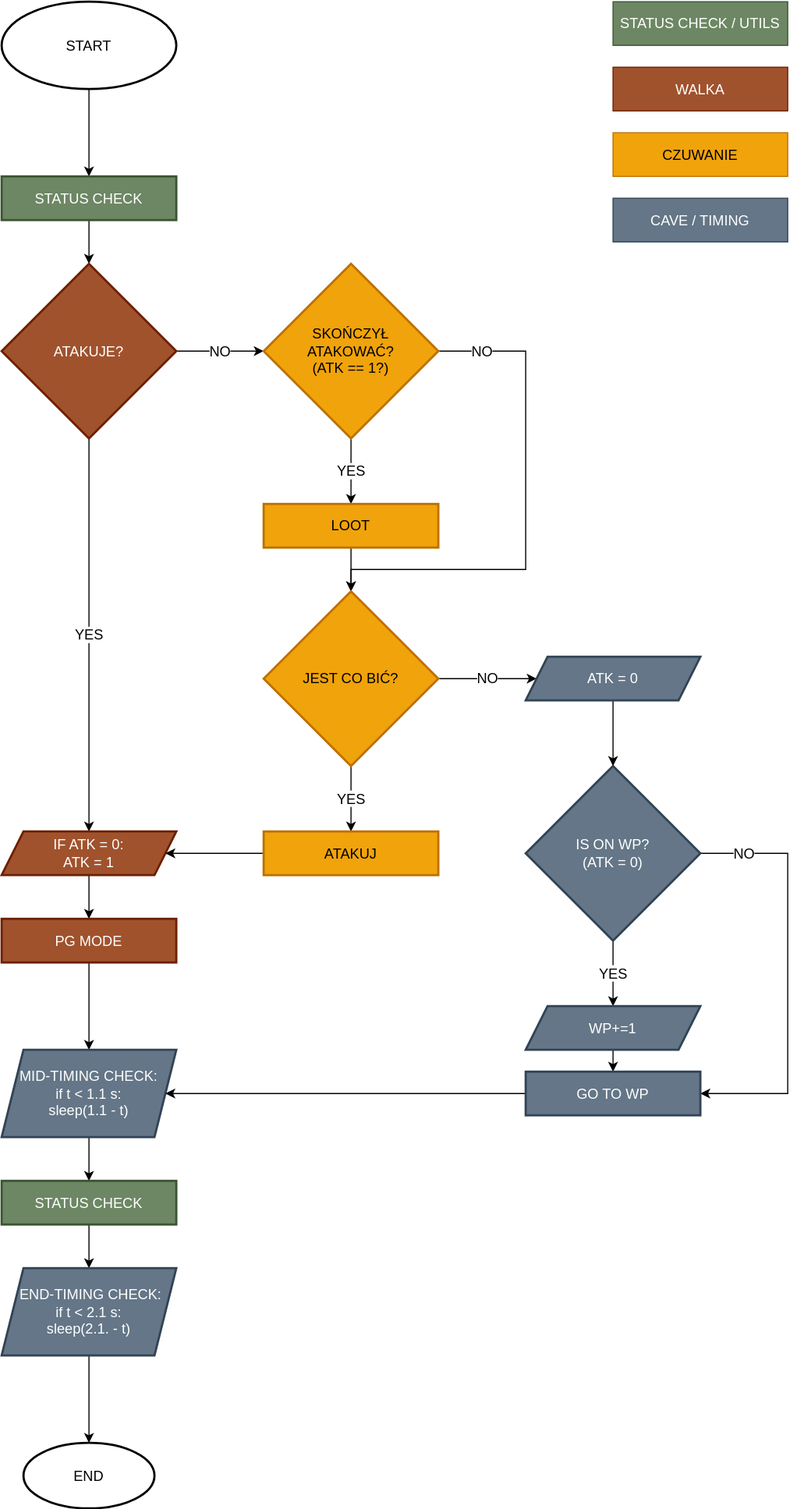
Before: src/img/flowchart_logika_andrzeja_pg.svg, a diagram exported from draw.io (lbaisinger/Andrzej-d2r). Source tidied: cells renumbered, new cells last; positions are measured from the earlier drawing's top-left corner, leaving out a move shared by most shapes.
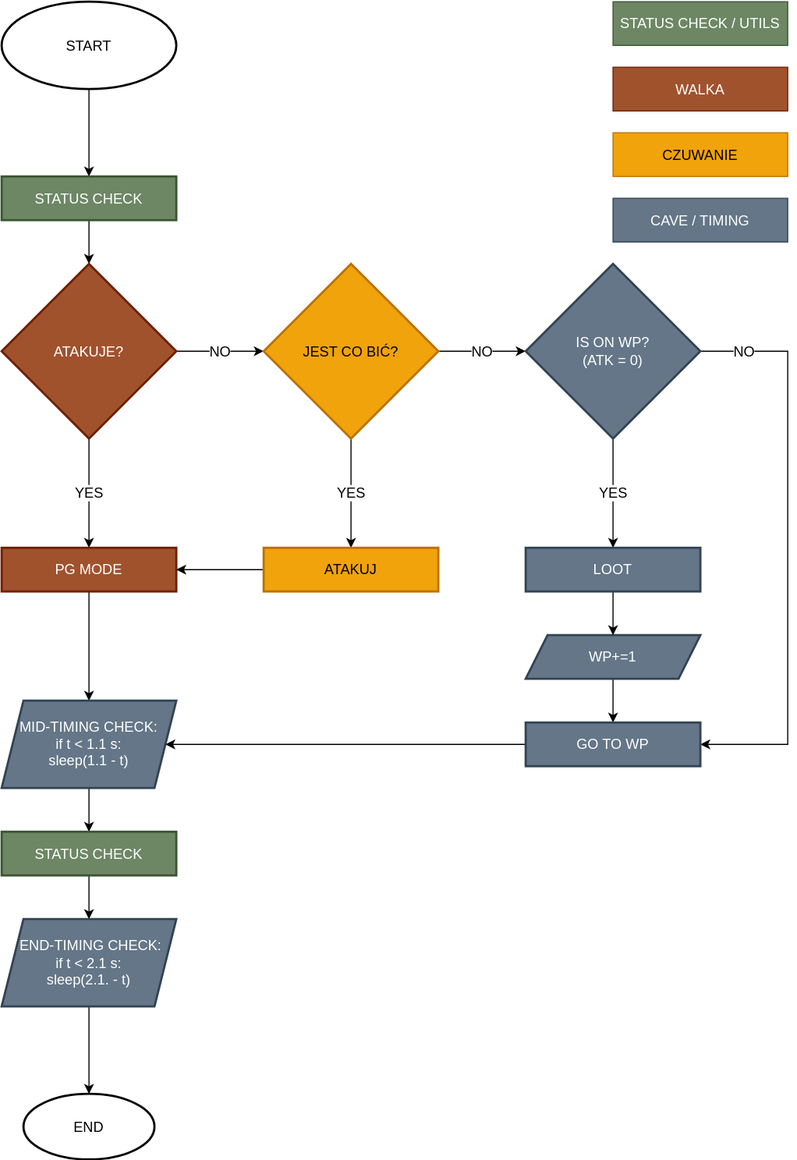
The same file after the commit.

What changed in the source:
```diff
@@ -1,139 +1,112 @@
 <mxGraphModel>
   <root>
-    <mxCell id="0" />
-    <mxCell id="1" parent="0" />
+    <mxCell id="43" />
+    <mxCell id="44" parent="43" />
-    <mxCell id="2" style="edgeStyle=orthogonalEdgeStyle;rounded=0;jettySize=auto;html=1;fontSize=13;" parent="1" edge="1" source="3" target="5">
+    <mxCell id="2" style="edgeStyle=orthogonalEdgeStyle;rounded=0;jettySize=auto;html=1;fontSize=13;" parent="44" edge="1" source="3" target="5">
       <mxGeometry relative="1" as="geometry" />
     </mxCell>
-    <mxCell id="3" value="START" style="strokeWidth=2;html=1;shape=mxgraph.flowchart.start_1;whiteSpace=wrap;fontSize=13;" parent="1" vertex="1">
+    <mxCell id="3" value="START" style="strokeWidth=2;html=1;shape=mxgraph.flowchart.start_1;whiteSpace=wrap;fontSize=13;" parent="44" vertex="1">
       <mxGeometry width="160" height="80" as="geometry" />
     </mxCell>
-    <mxCell id="4" style="edgeStyle=orthogonalEdgeStyle;rounded=0;jettySize=auto;html=1;fontSize=13;" parent="1" edge="1" source="5" target="8">
+    <mxCell id="4" style="edgeStyle=orthogonalEdgeStyle;rounded=0;jettySize=auto;html=1;fontSize=13;" parent="44" edge="1" source="5" target="8">
       <mxGeometry relative="1" as="geometry" />
     </mxCell>
-    <mxCell id="5" value="STATUS CHECK" style="whiteSpace=wrap;html=1;strokeWidth=2;fillColor=#6d8764;strokeColor=#3A5431;fontColor=#ffffff;fontSize=13;" parent="1" vertex="1">
+    <mxCell id="5" value="STATUS CHECK" style="whiteSpace=wrap;html=1;strokeWidth=2;fillColor=#6d8764;strokeColor=#3A5431;fontColor=#ffffff;fontSize=13;" parent="44" vertex="1">
       <mxGeometry y="160" width="160" height="40" as="geometry" />
     </mxCell>
-    <mxCell id="6" value="YES" style="edgeStyle=orthogonalEdgeStyle;rounded=0;jettySize=auto;html=1;fontSize=13;" parent="1" edge="1" source="8" target="10">
-      <mxGeometry relative="1" as="geometry" />
-    </mxCell>
-    <mxCell id="7" value="NO" style="edgeStyle=orthogonalEdgeStyle;rounded=0;jettySize=auto;html=1;fontSize=13;" parent="1" edge="1" source="8" target="15">
-      <mxGeometry relative="1" as="geometry" />
-    </mxCell>
+    <mxCell id="45" value="YES" style="edgeStyle=orthogonalEdgeStyle;rounded=0;jettySize=auto;html=1;fontSize=13;entryX=0.5;entryY=0;entryDx=0;entryDy=0;" parent="44" edge="1" source="8" target="12">
+      <mxGeometry relative="1" as="geometry" />
+    </mxCell>
+    <mxCell id="46" value="NO" style="edgeStyle=orthogonalEdgeStyle;rounded=0;jettySize=auto;html=1;fontSize=13;entryX=0;entryY=0.5;entryDx=0;entryDy=0;" parent="44" edge="1" source="8" target="20">
+      <mxGeometry relative="1" as="geometry" />
+    </mxCell>
-    <mxCell id="8" value="ATAKUJE?" style="rhombus;whiteSpace=wrap;html=1;fillColor=#a0522d;strokeColor=#6D1F00;fontColor=#ffffff;strokeWidth=2;fontSize=13;" parent="1" vertex="1">
+    <mxCell id="8" value="ATAKUJE?" style="rhombus;whiteSpace=wrap;html=1;fillColor=#a0522d;strokeColor=#6D1F00;fontColor=#ffffff;strokeWidth=2;fontSize=13;" parent="44" vertex="1">
       <mxGeometry y="240" width="160" height="160" as="geometry" />
     </mxCell>
-    <mxCell id="9" style="edgeStyle=orthogonalEdgeStyle;rounded=0;jettySize=auto;html=1;fontSize=13;" parent="1" edge="1" source="10" target="12">
-      <mxGeometry relative="1" as="geometry" />
-    </mxCell>
-    <mxCell id="10" value="IF ATK = 0:&lt;br style=&quot;font-size: 13px;&quot;&gt;ATK = 1" style="shape=parallelogram;perimeter=parallelogramPerimeter;whiteSpace=wrap;html=1;fixedSize=1;fillColor=#a0522d;strokeColor=#6D1F00;fontColor=#ffffff;strokeWidth=2;fontSize=13;" parent="1" vertex="1">
-      <mxGeometry y="760" width="160" height="40" as="geometry" />
-    </mxCell>
-    <mxCell id="11" style="edgeStyle=orthogonalEdgeStyle;rounded=0;jettySize=auto;html=1;fontSize=13;" parent="1" edge="1" source="12" target="24">
+    <mxCell id="11" style="edgeStyle=orthogonalEdgeStyle;rounded=0;jettySize=auto;html=1;fontSize=13;" parent="44" edge="1" source="12" target="24">
       <mxGeometry relative="1" as="geometry" />
     </mxCell>
-    <mxCell id="12" value="PG MODE" style="whiteSpace=wrap;html=1;fillColor=#a0522d;strokeColor=#6D1F00;fontColor=#ffffff;strokeWidth=2;fontSize=13;" parent="1" vertex="1">
-      <mxGeometry y="840" width="160" height="40" as="geometry" />
+    <mxCell id="12" value="PG MODE" style="whiteSpace=wrap;html=1;fillColor=#a0522d;strokeColor=#6D1F00;fontColor=#ffffff;strokeWidth=2;fontSize=13;" parent="44" vertex="1">
+      <mxGeometry y="500" width="160" height="40" as="geometry" />
     </mxCell>
-    <mxCell id="13" value="YES" style="edgeStyle=orthogonalEdgeStyle;rounded=0;jettySize=auto;html=1;fontSize=13;" parent="1" edge="1" source="15" target="17">
-      <mxGeometry relative="1" as="geometry" />
-    </mxCell>
-    <mxCell id="14" value="NO" style="edgeStyle=orthogonalEdgeStyle;rounded=0;jettySize=auto;html=1;exitX=1;exitY=0.5;exitDx=0;exitDy=0;entryX=0.5;entryY=0;entryDx=0;entryDy=0;fontSize=13;" parent="1" edge="1" source="15" target="20">
-      <mxGeometry x="-0.83" relative="1" as="geometry">
-        <Array as="points">
-          <mxPoint x="480" y="320" />
-          <mxPoint x="480" y="520" />
-          <mxPoint x="320" y="520" />
-        </Array>
-      </mxGeometry>
-    </mxCell>
-    <mxCell id="15" value="SKOŃCZYŁ&lt;br style=&quot;font-size: 13px;&quot;&gt;ATAKOWAĆ?&lt;br style=&quot;font-size: 13px;&quot;&gt;(ATK == 1?)" style="rhombus;whiteSpace=wrap;html=1;fillColor=#f0a30a;strokeColor=#BD7000;fontColor=#000000;strokeWidth=2;fontSize=13;" parent="1" vertex="1">
-      <mxGeometry x="240" y="240" width="160" height="160" as="geometry" />
-    </mxCell>
-    <mxCell id="16" style="edgeStyle=orthogonalEdgeStyle;rounded=0;jettySize=auto;html=1;fontSize=13;" parent="1" edge="1" source="17" target="20">
-      <mxGeometry relative="1" as="geometry" />
-    </mxCell>
-    <mxCell id="17" value="LOOT" style="whiteSpace=wrap;html=1;fillColor=#f0a30a;strokeColor=#BD7000;fontColor=#000000;strokeWidth=2;fontSize=13;" parent="1" vertex="1">
-      <mxGeometry x="240" y="460" width="160" height="40" as="geometry" />
-    </mxCell>
-    <mxCell id="18" value="YES" style="edgeStyle=orthogonalEdgeStyle;rounded=0;jettySize=auto;html=1;fontSize=13;" parent="1" edge="1" source="20" target="22">
+    <mxCell id="18" value="YES" style="edgeStyle=orthogonalEdgeStyle;rounded=0;jettySize=auto;html=1;fontSize=13;" parent="44" edge="1" source="20" target="22">
       <mxGeometry relative="1" as="geometry" />
     </mxCell>
-    <mxCell id="19" value="NO" style="edgeStyle=orthogonalEdgeStyle;rounded=0;jettySize=auto;html=1;fontSize=13;" parent="1" edge="1" source="20" target="38">
-      <mxGeometry relative="1" as="geometry" />
-    </mxCell>
+    <mxCell id="47" value="NO" style="edgeStyle=orthogonalEdgeStyle;rounded=0;jettySize=auto;html=1;fontSize=13;entryX=0;entryY=0.5;entryDx=0;entryDy=0;" parent="44" edge="1" source="20" target="32">
+      <mxGeometry relative="1" as="geometry" />
+    </mxCell>
-    <mxCell id="20" value="JEST CO BIĆ?" style="rhombus;whiteSpace=wrap;html=1;fillColor=#f0a30a;strokeColor=#BD7000;fontColor=#000000;strokeWidth=2;fontSize=13;" parent="1" vertex="1">
-      <mxGeometry x="240" y="540" width="160" height="160" as="geometry" />
+    <mxCell id="20" value="JEST CO BIĆ?" style="rhombus;whiteSpace=wrap;html=1;fillColor=#f0a30a;strokeColor=#BD7000;fontColor=#000000;strokeWidth=2;fontSize=13;" parent="44" vertex="1">
+      <mxGeometry x="240" y="240" width="160" height="160" as="geometry" />
     </mxCell>
-    <mxCell id="21" style="edgeStyle=orthogonalEdgeStyle;rounded=0;jettySize=auto;html=1;exitX=0;exitY=0.5;exitDx=0;exitDy=0;entryX=1;entryY=0.5;entryDx=0;entryDy=0;fontSize=13;" parent="1" edge="1" source="22" target="10">
-      <mxGeometry relative="1" as="geometry" />
-    </mxCell>
+    <mxCell id="48" style="edgeStyle=orthogonalEdgeStyle;rounded=0;jettySize=auto;html=1;exitX=0;exitY=0.5;exitDx=0;exitDy=0;fontSize=13;entryX=1;entryY=0.5;entryDx=0;entryDy=0;" parent="44" edge="1" source="22" target="12">
+      <mxGeometry relative="1" as="geometry" />
+    </mxCell>
-    <mxCell id="22" value="ATAKUJ" style="whiteSpace=wrap;html=1;fillColor=#f0a30a;strokeColor=#BD7000;fontColor=#000000;strokeWidth=2;fontSize=13;" parent="1" vertex="1">
-      <mxGeometry x="240" y="760" width="160" height="40" as="geometry" />
+    <mxCell id="22" value="ATAKUJ" style="whiteSpace=wrap;html=1;fillColor=#f0a30a;strokeColor=#BD7000;fontColor=#000000;strokeWidth=2;fontSize=13;" parent="44" vertex="1">
+      <mxGeometry x="240" y="500" width="160" height="40" as="geometry" />
     </mxCell>
-    <mxCell id="23" style="edgeStyle=orthogonalEdgeStyle;rounded=0;jettySize=auto;html=1;fontSize=13;" parent="1" edge="1" source="24" target="26">
+    <mxCell id="23" style="edgeStyle=orthogonalEdgeStyle;rounded=0;jettySize=auto;html=1;fontSize=13;" parent="44" edge="1" source="24" target="26">
       <mxGeometry relative="1" as="geometry" />
     </mxCell>
-    <mxCell id="24" value="MID-TIMING CHECK:&lt;br style=&quot;font-size: 13px;&quot;&gt;if t &amp;lt; 1.1 s:&lt;br style=&quot;font-size: 13px;&quot;&gt;sleep(1.1 - t)" style="shape=parallelogram;perimeter=parallelogramPerimeter;whiteSpace=wrap;html=1;fixedSize=1;fillColor=#647687;strokeColor=#314354;fontColor=#ffffff;strokeWidth=2;fontSize=13;" parent="1" vertex="1">
-      <mxGeometry y="960" width="160" height="80" as="geometry" />
+    <mxCell id="24" value="MID-TIMING CHECK:&lt;br style=&quot;font-size: 13px;&quot;&gt;if t &amp;lt; 1.1 s:&lt;br style=&quot;font-size: 13px;&quot;&gt;sleep(1.1 - t)" style="shape=parallelogram;perimeter=parallelogramPerimeter;whiteSpace=wrap;html=1;fixedSize=1;fillColor=#647687;strokeColor=#314354;fontColor=#ffffff;strokeWidth=2;fontSize=13;" parent="44" vertex="1">
+      <mxGeometry y="640" width="160" height="80" as="geometry" />
     </mxCell>
-    <mxCell id="25" style="edgeStyle=orthogonalEdgeStyle;rounded=0;jettySize=auto;html=1;fontSize=13;" parent="1" edge="1" source="26" target="28">
+    <mxCell id="25" style="edgeStyle=orthogonalEdgeStyle;rounded=0;jettySize=auto;html=1;fontSize=13;" parent="44" edge="1" source="26" target="28">
       <mxGeometry relative="1" as="geometry" />
     </mxCell>
-    <mxCell id="26" value="STATUS CHECK" style="whiteSpace=wrap;html=1;fillColor=#6d8764;strokeColor=#3A5431;fontColor=#ffffff;strokeWidth=2;fontSize=13;" parent="1" vertex="1">
-      <mxGeometry y="1080" width="160" height="40" as="geometry" />
+    <mxCell id="26" value="STATUS CHECK" style="whiteSpace=wrap;html=1;fillColor=#6d8764;strokeColor=#3A5431;fontColor=#ffffff;strokeWidth=2;fontSize=13;" parent="44" vertex="1">
+      <mxGeometry y="760" width="160" height="40" as="geometry" />
     </mxCell>
-    <mxCell id="27" style="edgeStyle=orthogonalEdgeStyle;rounded=0;jettySize=auto;html=1;fontSize=13;" parent="1" edge="1" source="28" target="29">
+    <mxCell id="27" style="edgeStyle=orthogonalEdgeStyle;rounded=0;jettySize=auto;html=1;fontSize=13;" parent="44" edge="1" source="28" target="29">
       <mxGeometry relative="1" as="geometry" />
     </mxCell>
-    <mxCell id="28" value="&amp;nbsp;END-TIMING CHECK:&lt;br style=&quot;font-size: 13px;&quot;&gt;if t &amp;lt; 2.1 s:&lt;br style=&quot;font-size: 13px;&quot;&gt;sleep(2.1. - t)" style="shape=parallelogram;perimeter=parallelogramPerimeter;whiteSpace=wrap;html=1;fixedSize=1;fillColor=#647687;strokeColor=#314354;fontColor=#ffffff;strokeWidth=2;fontSize=13;" parent="1" vertex="1">
-      <mxGeometry y="1160" width="160" height="80" as="geometry" />
+    <mxCell id="28" value="&amp;nbsp;END-TIMING CHECK:&lt;br style=&quot;font-size: 13px;&quot;&gt;if t &amp;lt; 2.1 s:&lt;br style=&quot;font-size: 13px;&quot;&gt;sleep(2.1. - t)" style="shape=parallelogram;perimeter=parallelogramPerimeter;whiteSpace=wrap;html=1;fixedSize=1;fillColor=#647687;strokeColor=#314354;fontColor=#ffffff;strokeWidth=2;fontSize=13;" parent="44" vertex="1">
+      <mxGeometry y="840" width="160" height="80" as="geometry" />
     </mxCell>
-    <mxCell id="29" value="END" style="ellipse;whiteSpace=wrap;html=1;strokeWidth=2;fontSize=13;" parent="1" vertex="1">
-      <mxGeometry x="20" y="1320" width="120" height="60" as="geometry" />
+    <mxCell id="29" value="END" style="ellipse;whiteSpace=wrap;html=1;strokeWidth=2;fontSize=13;" parent="44" vertex="1">
+      <mxGeometry x="20" y="1000" width="120" height="60" as="geometry" />
     </mxCell>
+    <mxCell id="31" value="NO" style="edgeStyle=orthogonalEdgeStyle;rounded=0;jettySize=auto;html=1;exitX=1;exitY=0.5;exitDx=0;exitDy=0;entryX=1;entryY=0.5;entryDx=0;entryDy=0;fontSize=13;" parent="44" edge="1" source="32" target="36">
+      <mxGeometry x="-0.85" relative="1" as="geometry">
+        <Array as="points">
+          <mxPoint x="720" y="320" />
+          <mxPoint x="720" y="680" />
+        </Array>
+      </mxGeometry>
+    </mxCell>
-    <mxCell id="30" value="YES" style="edgeStyle=orthogonalEdgeStyle;rounded=0;jettySize=auto;html=1;exitX=0.5;exitY=1;exitDx=0;exitDy=0;entryX=0.5;entryY=0;entryDx=0;entryDy=0;fontSize=13;" parent="1" edge="1" source="32" target="34">
+    <mxCell id="30" value="YES" style="edgeStyle=orthogonalEdgeStyle;rounded=0;jettySize=auto;html=1;exitX=0.5;exitY=1;exitDx=0;exitDy=0;entryX=0.5;entryY=0;entryDx=0;entryDy=0;fontSize=13;" parent="44" edge="1" source="32" target="17">
       <mxGeometry relative="1" as="geometry" />
     </mxCell>
-    <mxCell id="31" value="NO" style="edgeStyle=orthogonalEdgeStyle;rounded=0;jettySize=auto;html=1;exitX=1;exitY=0.5;exitDx=0;exitDy=0;entryX=1;entryY=0.5;entryDx=0;entryDy=0;fontSize=13;" parent="1" edge="1" source="32" target="36">
-      <mxGeometry x="-0.79" relative="1" as="geometry">
-        <Array as="points">
-          <mxPoint x="720" y="780" />
-          <mxPoint x="720" y="1000" />
-        </Array>
-      </mxGeometry>
-    </mxCell>
-    <mxCell id="32" value="IS ON WP?&lt;br style=&quot;font-size: 13px;&quot;&gt;(ATK = 0)" style="rhombus;whiteSpace=wrap;html=1;fillColor=#647687;strokeColor=#314354;fontColor=#ffffff;strokeWidth=2;fontSize=13;" parent="1" vertex="1">
-      <mxGeometry x="480" y="700" width="160" height="160" as="geometry" />
+    <mxCell id="32" value="IS ON WP?&lt;br style=&quot;font-size: 13px;&quot;&gt;(ATK = 0)" style="rhombus;whiteSpace=wrap;html=1;fillColor=#647687;strokeColor=#314354;fontColor=#ffffff;strokeWidth=2;fontSize=13;" parent="44" vertex="1">
+      <mxGeometry x="480" y="240" width="160" height="160" as="geometry" />
     </mxCell>
-    <mxCell id="33" style="edgeStyle=orthogonalEdgeStyle;rounded=0;jettySize=auto;html=1;exitX=0.5;exitY=1;exitDx=0;exitDy=0;entryX=0.5;entryY=0;entryDx=0;entryDy=0;fontSize=13;" parent="1" edge="1" source="34" target="36">
+    <mxCell id="33" style="edgeStyle=orthogonalEdgeStyle;rounded=0;jettySize=auto;html=1;exitX=0.5;exitY=1;exitDx=0;exitDy=0;entryX=0.5;entryY=0;entryDx=0;entryDy=0;fontSize=13;" parent="44" edge="1" source="34" target="36">
       <mxGeometry relative="1" as="geometry" />
     </mxCell>
-    <mxCell id="34" value="WP+=1" style="shape=parallelogram;perimeter=parallelogramPerimeter;whiteSpace=wrap;html=1;fixedSize=1;fillColor=#647687;strokeColor=#314354;fontColor=#ffffff;strokeWidth=2;fontSize=13;" parent="1" vertex="1">
-      <mxGeometry x="480" y="920" width="160" height="40" as="geometry" />
+    <mxCell id="34" value="WP+=1" style="shape=parallelogram;perimeter=parallelogramPerimeter;whiteSpace=wrap;html=1;fixedSize=1;fillColor=#647687;strokeColor=#314354;fontColor=#ffffff;strokeWidth=2;fontSize=13;" parent="44" vertex="1">
+      <mxGeometry x="480" y="580" width="160" height="40" as="geometry" />
     </mxCell>
-    <mxCell id="35" style="edgeStyle=orthogonalEdgeStyle;rounded=0;jettySize=auto;html=1;exitX=0;exitY=0.5;exitDx=0;exitDy=0;entryX=1;entryY=0.5;entryDx=0;entryDy=0;fontSize=13;" parent="1" edge="1" source="36" target="24">
+    <mxCell id="35" style="edgeStyle=orthogonalEdgeStyle;rounded=0;jettySize=auto;html=1;exitX=0;exitY=0.5;exitDx=0;exitDy=0;entryX=1;entryY=0.5;entryDx=0;entryDy=0;fontSize=13;" parent="44" edge="1" source="36" target="24">
       <mxGeometry relative="1" as="geometry" />
     </mxCell>
-    <mxCell id="36" value="GO TO WP" style="whiteSpace=wrap;html=1;fillColor=#647687;strokeColor=#314354;fontColor=#ffffff;strokeWidth=2;fontSize=13;" parent="1" vertex="1">
-      <mxGeometry x="480" y="980" width="160" height="40" as="geometry" />
+    <mxCell id="36" value="GO TO WP" style="whiteSpace=wrap;html=1;fillColor=#647687;strokeColor=#314354;fontColor=#ffffff;strokeWidth=2;fontSize=13;" parent="44" vertex="1">
+      <mxGeometry x="480" y="660" width="160" height="40" as="geometry" />
     </mxCell>
-    <mxCell id="37" style="edgeStyle=orthogonalEdgeStyle;rounded=0;jettySize=auto;html=1;exitX=0.5;exitY=1;exitDx=0;exitDy=0;entryX=0.5;entryY=0;entryDx=0;entryDy=0;fontSize=13;" parent="1" edge="1" source="38" target="32">
-      <mxGeometry relative="1" as="geometry" />
-    </mxCell>
-    <mxCell id="38" value="ATK = 0" style="shape=parallelogram;perimeter=parallelogramPerimeter;whiteSpace=wrap;html=1;fixedSize=1;fontSize=13;fillColor=#647687;strokeColor=#314354;fontColor=#ffffff;strokeWidth=2;" parent="1" vertex="1">
-      <mxGeometry x="480" y="600" width="160" height="40" as="geometry" />
-    </mxCell>
+    <mxCell id="49" style="edgeStyle=orthogonalEdgeStyle;rounded=0;jettySize=auto;html=1;exitX=0.5;exitY=1;exitDx=0;exitDy=0;entryX=0.5;entryY=0;entryDx=0;entryDy=0;fontSize=13;" parent="44" edge="1" source="17" target="34">
+      <mxGeometry relative="1" as="geometry" />
+    </mxCell>
+    <mxCell id="17" value="LOOT" style="whiteSpace=wrap;html=1;fillColor=#647687;strokeColor=#314354;fontColor=#ffffff;strokeWidth=2;fontSize=13;" parent="44" vertex="1">
+      <mxGeometry x="480" y="500" width="160" height="40" as="geometry" />
+    </mxCell>
-    <mxCell id="39" value="STATUS CHECK / UTILS" style="rounded=0;whiteSpace=wrap;html=1;fontSize=13;fillColor=#6d8764;fontColor=#ffffff;strokeColor=#3A5431;" parent="1" vertex="1">
+    <mxCell id="39" value="STATUS CHECK / UTILS" style="rounded=0;whiteSpace=wrap;html=1;fontSize=13;fillColor=#6d8764;fontColor=#ffffff;strokeColor=#3A5431;" parent="44" vertex="1">
       <mxGeometry x="560" width="160" height="40" as="geometry" />
     </mxCell>
-    <mxCell id="40" value="WALKA" style="rounded=0;whiteSpace=wrap;html=1;fontSize=13;fillColor=#a0522d;fontColor=#ffffff;strokeColor=#6D1F00;" parent="1" vertex="1">
+    <mxCell id="40" value="WALKA" style="rounded=0;whiteSpace=wrap;html=1;fontSize=13;fillColor=#a0522d;fontColor=#ffffff;strokeColor=#6D1F00;" parent="44" vertex="1">
       <mxGeometry x="560" y="60" width="160" height="40" as="geometry" />
     </mxCell>
-    <mxCell id="41" value="CZUWANIE" style="rounded=0;whiteSpace=wrap;html=1;fontSize=13;fillColor=#f0a30a;fontColor=#000000;strokeColor=#BD7000;" parent="1" vertex="1">
+    <mxCell id="41" value="CZUWANIE" style="rounded=0;whiteSpace=wrap;html=1;fontSize=13;fillColor=#f0a30a;fontColor=#000000;strokeColor=#BD7000;" parent="44" vertex="1">
       <mxGeometry x="560" y="120" width="160" height="40" as="geometry" />
     </mxCell>
-    <mxCell id="42" value="CAVE / TIMING" style="rounded=0;whiteSpace=wrap;html=1;fontSize=13;fillColor=#647687;fontColor=#ffffff;strokeColor=#314354;" parent="1" vertex="1">
+    <mxCell id="42" value="CAVE / TIMING" style="rounded=0;whiteSpace=wrap;html=1;fontSize=13;fillColor=#647687;fontColor=#ffffff;strokeColor=#314354;" parent="44" vertex="1">
       <mxGeometry x="560" y="180" width="160" height="40" as="geometry" />
     </mxCell>
   </root>
```
